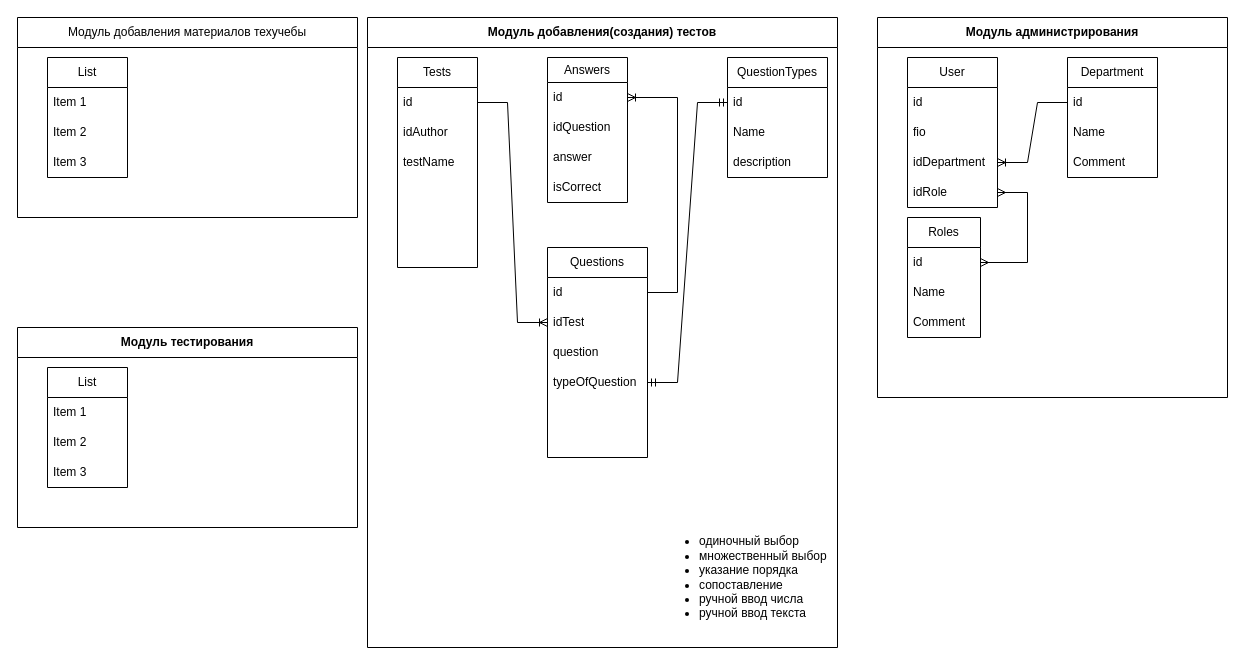
Above: техучеба.drawio in djbobah/technica-studies (draw.io), before the change. Source tidied: cells renumbered, new cells numbered last; positions are measured from the earlier drawing's top-left corner, leaving out a move shared by most shapes. Both pictures are drawn from the tidied source at 100%, with x=0, y=0 at pixel (17, 17).
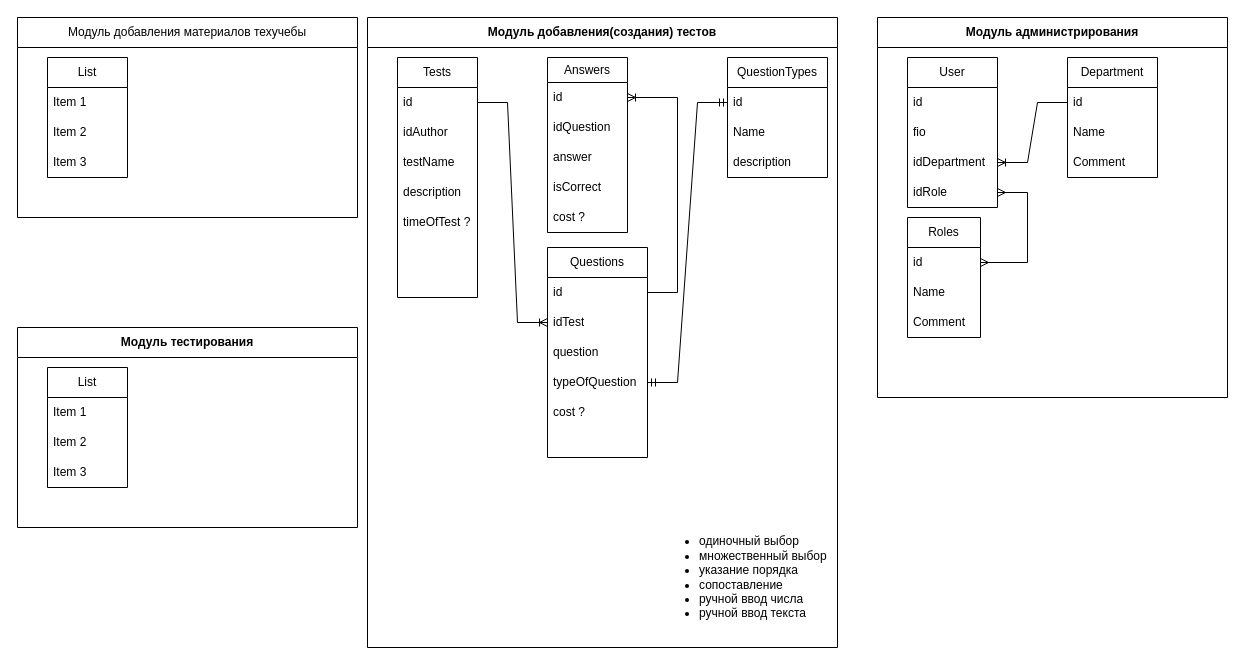
Above is the later version.

Commit message:
progect chema

Unchanged cells that the change refers to:
```xml
<mxCell id="7" value="Модуль добавления(создания) тестов" style="swimlane;whiteSpace=wrap;html=1;startSize=30;" parent="1" vertex="1">
  <mxGeometry x="350" width="470" height="630" as="geometry" />
</mxCell>
<mxCell id="15" value="Questions" style="swimlane;fontStyle=0;horizontal=1;startSize=30;whiteSpace=wrap;html=1;" parent="7" vertex="1">
  <mxGeometry x="180" y="230" width="100" height="210" as="geometry" />
</mxCell>
```

Diff of the diagram source:
```diff
@@
     <mxCell id="8" value="Tests" style="swimlane;fontStyle=0;horizontal=1;startSize=30;whiteSpace=wrap;html=1;" parent="7" vertex="1">
-      <mxGeometry x="30" y="40" width="80" height="210" as="geometry" />
+      <mxGeometry x="30" y="40" width="80" height="240" as="geometry" />
     </mxCell>
@@
-    <mxCell id="12" style="text;strokeColor=none;fillColor=none;align=left;verticalAlign=middle;spacingLeft=4;spacingRight=4;overflow=hidden;whiteSpace=wrap;html=1;" parent="8" vertex="1">
+    <mxCell id="12" value="description" style="text;strokeColor=none;fillColor=none;align=left;verticalAlign=middle;spacingLeft=4;spacingRight=4;overflow=hidden;whiteSpace=wrap;html=1;" parent="8" vertex="1">
       <mxGeometry y="120" width="80" height="30" as="geometry" />
     </mxCell>
-    <mxCell id="13" style="text;strokeColor=none;fillColor=none;align=left;verticalAlign=middle;spacingLeft=4;spacingRight=4;overflow=hidden;whiteSpace=wrap;html=1;" parent="8" vertex="1">
+    <mxCell id="13" value="timeOfTest ?" style="text;strokeColor=none;fillColor=none;align=left;verticalAlign=middle;spacingLeft=4;spacingRight=4;overflow=hidden;whiteSpace=wrap;html=1;" parent="8" vertex="1">
       <mxGeometry y="150" width="80" height="30" as="geometry" />
     </mxCell>
@@
+    <mxCell id="56" style="text;strokeColor=none;fillColor=none;align=left;verticalAlign=middle;spacingLeft=4;spacingRight=4;overflow=hidden;whiteSpace=wrap;html=1;" parent="8" vertex="1">
+      <mxGeometry y="210" width="80" height="30" as="geometry" />
+    </mxCell>
@@
-    <mxCell id="20" style="text;strokeColor=none;fillColor=none;align=left;verticalAlign=middle;spacingLeft=4;spacingRight=4;overflow=hidden;whiteSpace=wrap;html=1;" parent="15" vertex="1">
+    <mxCell id="20" value="cost ?" style="text;strokeColor=none;fillColor=none;align=left;verticalAlign=middle;spacingLeft=4;spacingRight=4;overflow=hidden;whiteSpace=wrap;html=1;" parent="15" vertex="1">
       <mxGeometry y="150" width="100" height="30" as="geometry" />
     </mxCell>
@@
     <mxCell id="24" value="Answers" style="swimlane;fontStyle=0;horizontal=1;startSize=25;whiteSpace=wrap;html=1;" parent="7" vertex="1">
-      <mxGeometry x="180" y="40" width="80" height="145" as="geometry" />
+      <mxGeometry x="180" y="40" width="80" height="175" as="geometry" />
     </mxCell>
@@
+    <mxCell id="57" value="cost ?" style="text;strokeColor=none;fillColor=none;align=left;verticalAlign=middle;spacingLeft=4;spacingRight=4;overflow=hidden;whiteSpace=wrap;html=1;" parent="24" vertex="1">
+      <mxGeometry y="145" width="80" height="30" as="geometry" />
+    </mxCell>
```
